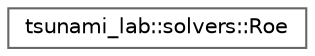
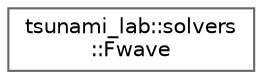
digraph "Graphical Class Hierarchy"
{
 // LATEX_PDF_SIZE
  bgcolor="transparent";
  edge [fontname=Helvetica,fontsize=10,labelfontname=Helvetica,labelfontsize=10];
  node [fontname=Helvetica,fontsize=10,shape=box,height=0.2,width=0.4];
  rankdir="LR";
-   Node0 [id="Node000000",label="tsunami_lab::solvers::Roe",height=0.2,width=0.4,color="grey40", fillcolor="white", style="filled",URL="$classtsunami__lab_1_1solvers_1_1Roe.html",tooltip=" "];
+   Node0 [id="Node000000",label="tsunami_lab::solvers\l::Fwave",height=0.2,width=0.4,color="grey40", fillcolor="white", style="filled",URL="$classtsunami__lab_1_1solvers_1_1Fwave.html",tooltip=" "];
}
